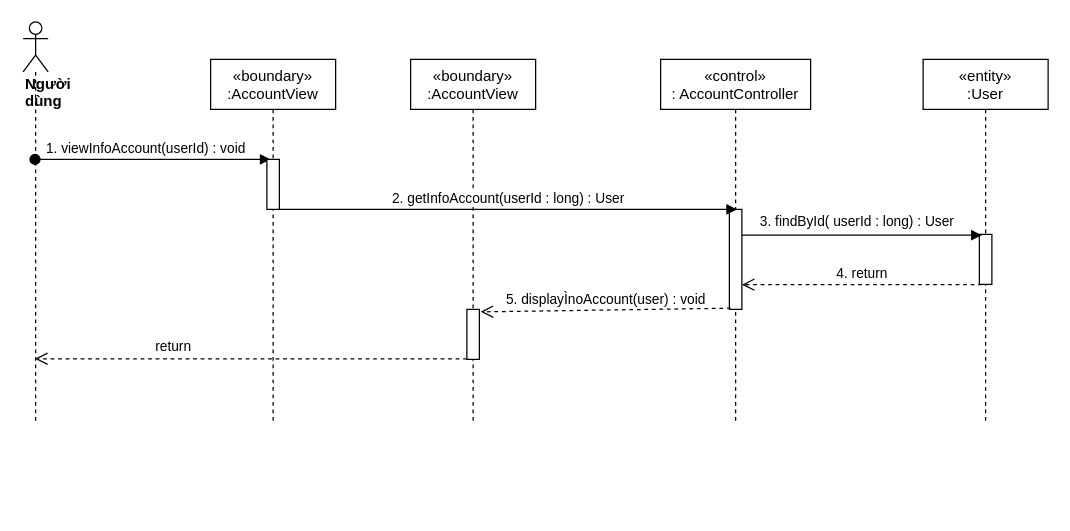
Above: sequence diagram/getMyInfo-sequence.drawio in nguyenphamvan/datn_20202 (draw.io), before the change. Source tidied: cells renumbered, new cells numbered last; positions are measured from the earlier drawing's top-left corner, leaving out a move shared by most shapes. Both pictures are drawn from the tidied source at 125%, with x=0, y=0 at pixel (22, 21).
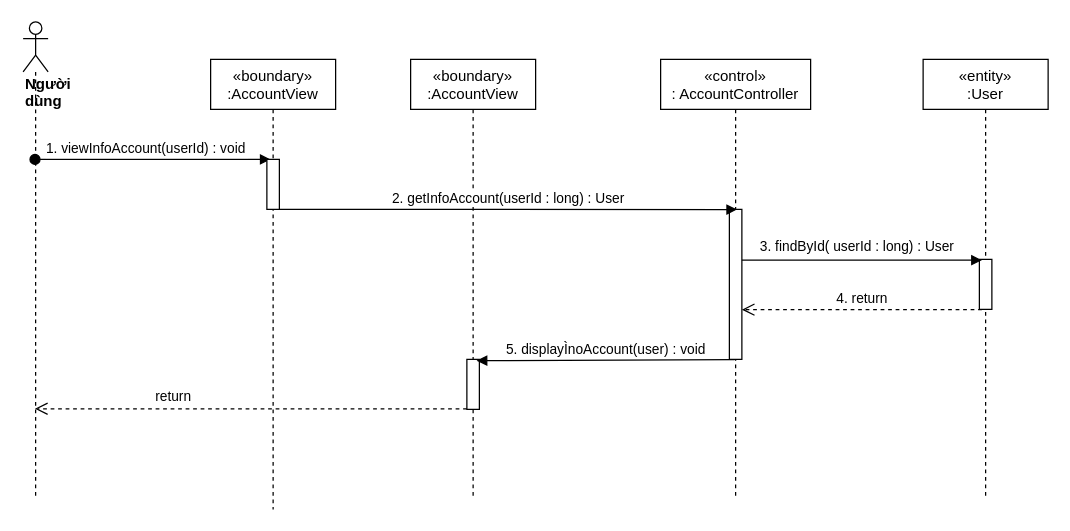
Above is the later version.

Diff of the diagram source:
```diff
@@
     <mxCell id="2" value="«boundary»&#10;:AccountView" style="shape=umlLifeline;perimeter=lifelinePerimeter;rounded=0;shadow=0;strokeWidth=1;" parent="1" vertex="1">
-      <mxGeometry x="310" y="30" width="100" height="290" as="geometry" />
+      <mxGeometry x="310" y="30" width="100" height="350" as="geometry" />
     </mxCell>
     <mxCell id="3" style="points=[];perimeter=orthogonalPerimeter;rounded=0;shadow=0;strokeWidth=1;" parent="2" vertex="1">
-      <mxGeometry x="45" y="200" width="10" height="40" as="geometry" />
+      <mxGeometry x="45" y="240" width="10" height="40" as="geometry" />
     </mxCell>
     <mxCell id="4" value="«control»&#10;: AccountController" style="shape=umlLifeline;perimeter=lifelinePerimeter;rounded=0;shadow=0;strokeWidth=1;" parent="1" vertex="1">
-      <mxGeometry x="510" y="30" width="120" height="290" as="geometry" />
+      <mxGeometry x="510" y="30" width="120" height="350" as="geometry" />
     </mxCell>
     <mxCell id="5" style="points=[];perimeter=orthogonalPerimeter;rounded=0;shadow=0;strokeWidth=1;" parent="4" vertex="1">
-      <mxGeometry x="55" y="120" width="10" height="80" as="geometry" />
+      <mxGeometry x="55" y="120" width="10" height="120" as="geometry" />
     </mxCell>
     <mxCell id="6" value="&lt;div&gt;&lt;b&gt;Người dùng&lt;/b&gt;&lt;/div&gt;" style="shape=umlLifeline;participant=umlActor;perimeter=lifelinePerimeter;whiteSpace=wrap;html=1;verticalAlign=top;spacingTop=36;outlineConnect=0;align=left;" parent="1" vertex="1">
-      <mxGeometry width="20" height="320" as="geometry" />
+      <mxGeometry width="20" height="380" as="geometry" />
     </mxCell>
@@
     <mxCell id="8" value="«entity»&#10;:User" style="shape=umlLifeline;perimeter=lifelinePerimeter;rounded=0;shadow=0;strokeWidth=1;" parent="1" vertex="1">
-      <mxGeometry x="720" y="30" width="100" height="290" as="geometry" />
+      <mxGeometry x="720" y="30" width="100" height="350" as="geometry" />
     </mxCell>
     <mxCell id="9" style="points=[];perimeter=orthogonalPerimeter;rounded=0;shadow=0;strokeWidth=1;" parent="8" vertex="1">
-      <mxGeometry x="45" y="140" width="10" height="40" as="geometry" />
+      <mxGeometry x="45" y="160" width="10" height="40" as="geometry" />
     </mxCell>
@@
-    <mxCell id="14" value="5. displayÌnoAccount(user) : void" style="html=1;verticalAlign=bottom;endArrow=open;dashed=1;endSize=8;exitX=0.1;exitY=0.988;exitDx=0;exitDy=0;exitPerimeter=0;entryX=1.1;entryY=0.05;entryDx=0;entryDy=0;entryPerimeter=0;" parent="1" edge="1" source="5" target="3">
-      <mxGeometry relative="1" as="geometry" />
-    </mxCell>
@@
     <mxCell id="17" value="«boundary»&#10;:AccountView" style="shape=umlLifeline;perimeter=lifelinePerimeter;rounded=0;shadow=0;strokeWidth=1;" parent="1" vertex="1">
-      <mxGeometry x="150" y="30" width="100" height="290" as="geometry" />
+      <mxGeometry x="150" y="30" width="100" height="360" as="geometry" />
     </mxCell>
@@
+    <mxCell id="14" value="5. displayÌnoAccount(user) : void" style="html=1;verticalAlign=bottom;endArrow=block;exitX=0.42;exitY=1.002;exitDx=0;exitDy=0;exitPerimeter=0;entryX=0.78;entryY=0.025;entryDx=0;entryDy=0;entryPerimeter=0;" parent="1" edge="1" source="5" target="3">
+      <mxGeometry relative="1" as="geometry" />
+    </mxCell>
```
